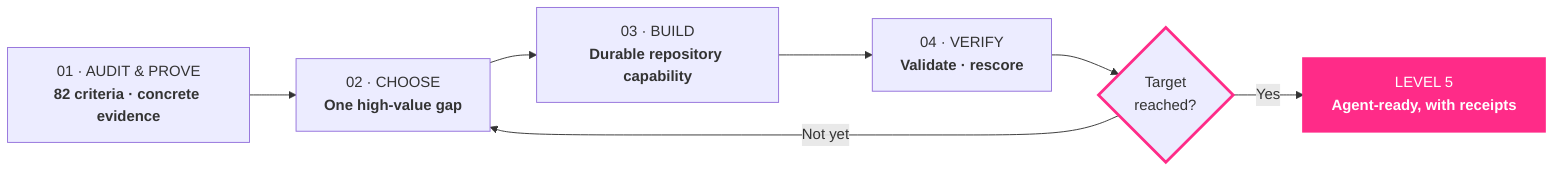
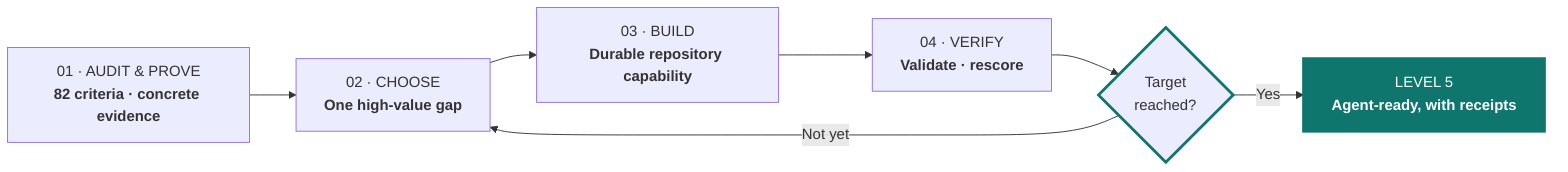
flowchart LR
  audit["01 · AUDIT & PROVE<br/><b>82 criteria · concrete evidence</b>"]
  choose["02 · CHOOSE<br/><b>One high-value gap</b>"]
  implement["03 · BUILD<br/><b>Durable repository capability</b>"]
  validate["04 · VERIFY<br/><b>Validate · rescore</b>"]
  target{"Target<br/>reached?"}
  level5["LEVEL 5<br/><b>Agent-ready, with receipts</b>"]

  audit --> choose --> implement --> validate --> target
  target -- "Not yet" --> choose
  target -- "Yes" --> level5

-   classDef decision stroke:#ff2b88,stroke-width:3px
-   classDef success fill:#ff2b88,color:#ffffff,stroke:#ff2b88,stroke-width:3px
+   classDef decision stroke:#0f766e,stroke-width:3px
+   classDef success fill:#0f766e,color:#ffffff,stroke:#0f766e,stroke-width:3px
  class target decision
  class level5 success
